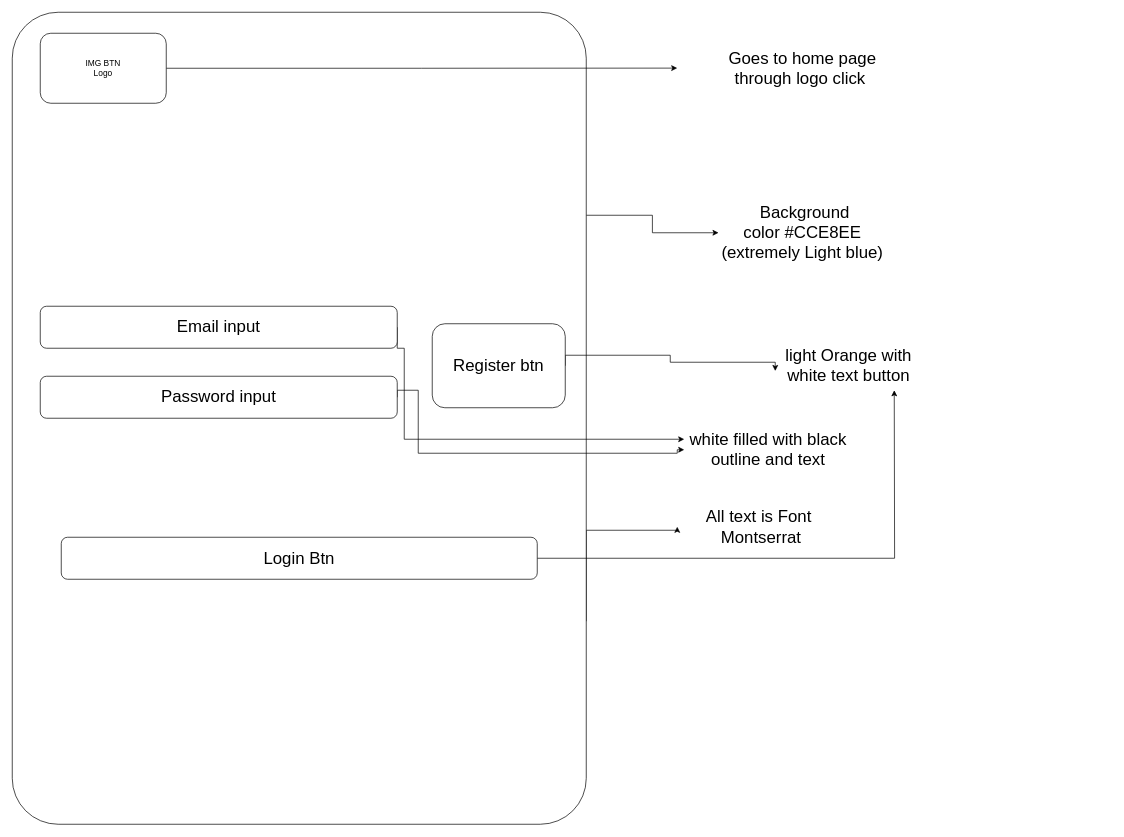
This is Wireframes/RegistrationMBAPP.drawio from BarryHennett/ISCG7424_MobileAssignment, a draw.io file, before an edit. Source tidied: cells renumbered, new cells numbered last; positions are measured from the earlier drawing's top-left corner, leaving out a move shared by most shapes. Both pictures are drawn from the tidied source at 70%, with x=0, y=0 at pixel (12, 12).
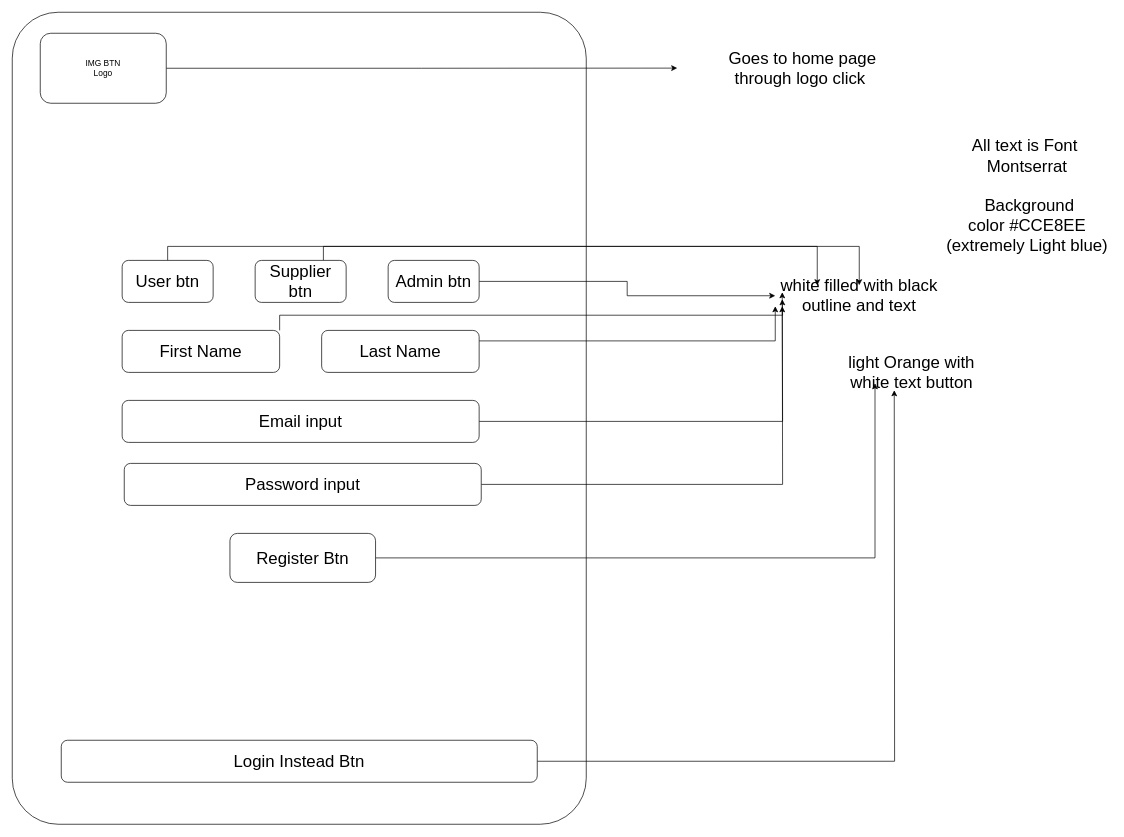
Above is the later version.

Unchanged cells that the change refers to:
```xml
<mxCell id="4" style="rounded=1;whiteSpace=wrap;html=1;arcSize=8;" parent="1" vertex="1">
  <mxGeometry width="820" height="1160" as="geometry" />
</mxCell>
```

The edit, as a diff of the source:
```diff
@@
-    <mxCell id="2" style="edgeStyle=orthogonalEdgeStyle;rounded=0;jettySize=auto;html=1;exitX=1;exitY=0.25;exitDx=0;exitDy=0;entryX=0;entryY=0.5;entryDx=0;entryDy=0;" parent="1" edge="1" source="4" target="6">
-      <mxGeometry relative="1" as="geometry" />
-    </mxCell>
-    <mxCell id="3" style="edgeStyle=orthogonalEdgeStyle;rounded=0;jettySize=auto;html=1;exitX=1;exitY=0.75;exitDx=0;exitDy=0;entryX=0;entryY=0.5;entryDx=0;entryDy=0;" parent="1" edge="1" source="4" target="5">
-      <mxGeometry relative="1" as="geometry">
-        <Array as="points">
-          <mxPoint x="820" y="740" />
-          <mxPoint x="950" y="740" />
-        </Array>
-      </mxGeometry>
-    </mxCell>
@@
-    <mxCell id="5" value="&lt;font style=&quot;font-size: 24px;&quot;&gt;All text is Font&amp;nbsp;&lt;/font&gt;&lt;div&gt;&lt;font style=&quot;&quot;&gt;&lt;font style=&quot;font-size: 24px;&quot;&gt;Montserrat&lt;/font&gt;&lt;br&gt;&lt;/font&gt;&lt;/div&gt;" style="text;strokeColor=none;align=center;fillColor=none;html=1;verticalAlign=middle;whiteSpace=wrap;rounded=0;" parent="1" vertex="1">
-      <mxGeometry x="950" y="650" width="240" height="170" as="geometry" />
-    </mxCell>
-    <mxCell id="6" value="&lt;font style=&quot;font-size: 24px;&quot;&gt;&amp;nbsp;Background color&amp;nbsp;#CCE8EE (extremely Light blue)&lt;/font&gt;" style="text;strokeColor=none;align=center;fillColor=none;html=1;verticalAlign=middle;whiteSpace=wrap;rounded=0;" parent="1" vertex="1">
-      <mxGeometry x="1009" y="300" width="240" height="30" as="geometry" />
-    </mxCell>
     <mxCell id="7" value="&lt;font style=&quot;font-size: 24px;&quot;&gt;white filled with black outline and text&lt;/font&gt;" style="text;strokeColor=none;align=center;fillColor=none;html=1;verticalAlign=middle;whiteSpace=wrap;rounded=0;" parent="1" vertex="1">
-      <mxGeometry x="960" y="610" width="240" height="30" as="geometry" />
+      <mxGeometry x="1090" y="390" width="240" height="30" as="geometry" />
     </mxCell>
-    <mxCell id="8" style="edgeStyle=orthogonalEdgeStyle;rounded=0;jettySize=auto;html=1;exitX=1;exitY=0.5;exitDx=0;exitDy=0;entryX=0;entryY=0.5;entryDx=0;entryDy=0;" parent="1" edge="1" source="9" target="7">
-      <mxGeometry relative="1" as="geometry">
-        <Array as="points">
-          <mxPoint x="580" y="540" />
-          <mxPoint x="580" y="630" />
-          <mxPoint x="950" y="630" />
-        </Array>
-      </mxGeometry>
-    </mxCell>
+    <mxCell id="20" style="edgeStyle=orthogonalEdgeStyle;rounded=0;jettySize=auto;html=1;exitX=1;exitY=0.5;exitDx=0;exitDy=0;" parent="1" edge="1" source="9">
+      <mxGeometry relative="1" as="geometry">
+        <mxPoint x="1100" y="420" as="targetPoint" />
+      </mxGeometry>
+    </mxCell>
     <mxCell id="9" value="Password input" style="rounded=1;whiteSpace=wrap;html=1;fontSize=24;" parent="1" vertex="1">
-      <mxGeometry x="40" y="520" width="510" height="60" as="geometry" />
+      <mxGeometry x="160" y="644.5" width="510" height="60" as="geometry" />
     </mxCell>
-    <mxCell id="10" style="edgeStyle=orthogonalEdgeStyle;rounded=0;jettySize=auto;html=1;exitX=1;exitY=0.5;exitDx=0;exitDy=0;" parent="1" edge="1" source="11">
-      <mxGeometry relative="1" as="geometry">
-        <mxPoint x="960" y="610" as="targetPoint" />
-        <Array as="points">
-          <mxPoint x="550" y="480" />
-          <mxPoint x="560" y="480" />
-          <mxPoint x="560" y="610" />
-        </Array>
-      </mxGeometry>
-    </mxCell>
+    <mxCell id="21" style="edgeStyle=orthogonalEdgeStyle;rounded=0;jettySize=auto;html=1;exitX=1;exitY=0.5;exitDx=0;exitDy=0;" parent="1" edge="1" source="11">
+      <mxGeometry relative="1" as="geometry">
+        <mxPoint x="1100" y="400" as="targetPoint" />
+      </mxGeometry>
+    </mxCell>
     <mxCell id="11" value="Email input" style="rounded=1;whiteSpace=wrap;html=1;fontSize=24;" parent="1" vertex="1">
-      <mxGeometry x="40" y="420" width="510" height="60" as="geometry" />
+      <mxGeometry x="157" y="554.5" width="510" height="60" as="geometry" />
     </mxCell>
-    <mxCell id="12" style="edgeStyle=orthogonalEdgeStyle;rounded=0;jettySize=auto;html=1;exitX=1;exitY=0.5;exitDx=0;exitDy=0;entryX=0;entryY=0.75;entryDx=0;entryDy=0;" parent="1" edge="1" source="13" target="19">
-      <mxGeometry relative="1" as="geometry">
-        <Array as="points">
-          <mxPoint x="940" y="490" />
-          <mxPoint x="940" y="500" />
-          <mxPoint x="1090" y="500" />
-        </Array>
-      </mxGeometry>
-    </mxCell>
-    <mxCell id="13" value="&lt;font style=&quot;font-size: 24px;&quot;&gt;Register btn&lt;/font&gt;" style="rounded=1;whiteSpace=wrap;html=1;" parent="1" vertex="1">
-      <mxGeometry x="600" y="445" width="190" height="120" as="geometry" />
-    </mxCell>
@@
-    <mxCell id="18" value="&lt;font style=&quot;font-size: 24px;&quot;&gt;Login Btn&lt;/font&gt;" style="rounded=1;whiteSpace=wrap;html=1;" parent="1" vertex="1">
-      <mxGeometry x="70" y="750" width="680" height="60" as="geometry" />
+    <mxCell id="18" value="&lt;font style=&quot;font-size: 24px;&quot;&gt;Login Instead Btn&lt;/font&gt;" style="rounded=1;whiteSpace=wrap;html=1;" parent="1" vertex="1">
+      <mxGeometry x="70" y="1040" width="680" height="60" as="geometry" />
     </mxCell>
     <mxCell id="19" value="&lt;font style=&quot;font-size: 24px;&quot;&gt;light Orange with white text button&lt;/font&gt;" style="text;strokeColor=none;align=center;fillColor=none;html=1;verticalAlign=middle;whiteSpace=wrap;rounded=0;" parent="1" vertex="1">
-      <mxGeometry x="1090" y="490" width="210" height="30" as="geometry" />
+      <mxGeometry x="1180" y="500" width="210" height="30" as="geometry" />
     </mxCell>
+    <mxCell id="22" style="edgeStyle=orthogonalEdgeStyle;rounded=0;jettySize=auto;html=1;exitX=0.5;exitY=0;exitDx=0;exitDy=0;entryX=0.5;entryY=0;entryDx=0;entryDy=0;" parent="1" edge="1" source="23" target="7">
+      <mxGeometry relative="1" as="geometry" />
+    </mxCell>
+    <mxCell id="23" value="User btn" style="rounded=1;whiteSpace=wrap;html=1;fontSize=24;" parent="1" vertex="1">
+      <mxGeometry x="157" y="354.5" width="130" height="60" as="geometry" />
+    </mxCell>
+    <mxCell id="24" style="edgeStyle=orthogonalEdgeStyle;rounded=0;jettySize=auto;html=1;exitX=0.75;exitY=0;exitDx=0;exitDy=0;entryX=0.25;entryY=0;entryDx=0;entryDy=0;" parent="1" edge="1" source="25" target="7">
+      <mxGeometry relative="1" as="geometry" />
+    </mxCell>
+    <mxCell id="25" value="Supplier btn" style="rounded=1;whiteSpace=wrap;html=1;fontSize=24;" parent="1" vertex="1">
+      <mxGeometry x="347" y="354.5" width="130" height="60" as="geometry" />
+    </mxCell>
+    <mxCell id="26" style="edgeStyle=orthogonalEdgeStyle;rounded=0;jettySize=auto;html=1;exitX=1;exitY=0.5;exitDx=0;exitDy=0;entryX=0;entryY=0.5;entryDx=0;entryDy=0;" parent="1" edge="1" source="27" target="7">
+      <mxGeometry relative="1" as="geometry" />
+    </mxCell>
+    <mxCell id="27" value="Admin btn" style="rounded=1;whiteSpace=wrap;html=1;fontSize=24;" parent="1" vertex="1">
+      <mxGeometry x="537" y="354.5" width="130" height="60" as="geometry" />
+    </mxCell>
+    <mxCell id="28" style="edgeStyle=orthogonalEdgeStyle;rounded=0;jettySize=auto;html=1;exitX=1;exitY=0;exitDx=0;exitDy=0;" parent="1" edge="1" source="29">
+      <mxGeometry relative="1" as="geometry">
+        <mxPoint x="1100" y="410" as="targetPoint" />
+      </mxGeometry>
+    </mxCell>
+    <mxCell id="29" value="First Name" style="rounded=1;whiteSpace=wrap;html=1;fontSize=24;" parent="1" vertex="1">
+      <mxGeometry x="157" y="454.5" width="225" height="60" as="geometry" />
+    </mxCell>
+    <mxCell id="30" style="edgeStyle=orthogonalEdgeStyle;rounded=0;jettySize=auto;html=1;exitX=1;exitY=0.25;exitDx=0;exitDy=0;entryX=0;entryY=1;entryDx=0;entryDy=0;" parent="1" edge="1" source="31" target="7">
+      <mxGeometry relative="1" as="geometry" />
+    </mxCell>
+    <mxCell id="31" value="Last Name" style="rounded=1;whiteSpace=wrap;html=1;fontSize=24;" parent="1" vertex="1">
+      <mxGeometry x="442" y="454.5" width="225" height="60" as="geometry" />
+    </mxCell>
+    <mxCell id="32" style="edgeStyle=orthogonalEdgeStyle;rounded=0;jettySize=auto;html=1;exitX=1;exitY=0.5;exitDx=0;exitDy=0;entryX=0.25;entryY=1;entryDx=0;entryDy=0;" parent="1" edge="1" source="33" target="19">
+      <mxGeometry relative="1" as="geometry" />
+    </mxCell>
+    <mxCell id="33" value="&lt;span style=&quot;font-size: 24px;&quot;&gt;Register Btn&lt;/span&gt;" style="rounded=1;whiteSpace=wrap;html=1;" parent="1" vertex="1">
+      <mxGeometry x="311" y="744.5" width="208" height="70" as="geometry" />
+    </mxCell>
+    <mxCell id="6" value="&lt;font style=&quot;font-size: 24px;&quot;&gt;&amp;nbsp;Background color&amp;nbsp;#CCE8EE (extremely Light blue)&lt;/font&gt;" style="text;strokeColor=none;align=center;fillColor=none;html=1;verticalAlign=middle;whiteSpace=wrap;rounded=0;" parent="1" vertex="1">
+      <mxGeometry x="1330" y="240" width="240" height="130" as="geometry" />
+    </mxCell>
+    <mxCell id="5" value="&lt;font style=&quot;font-size: 24px;&quot;&gt;All text is Font&amp;nbsp;&lt;/font&gt;&lt;div&gt;&lt;font style=&quot;&quot;&gt;&lt;font style=&quot;font-size: 24px;&quot;&gt;Montserrat&lt;/font&gt;&lt;br&gt;&lt;/font&gt;&lt;/div&gt;" style="text;strokeColor=none;align=center;fillColor=none;html=1;verticalAlign=middle;whiteSpace=wrap;rounded=0;" parent="1" vertex="1">
+      <mxGeometry x="1330" y="160" width="240" height="90" as="geometry" />
+    </mxCell>
```
